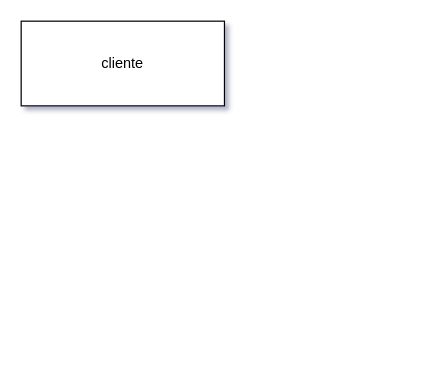
The draw.io diagram relacionamento.drawio in sandromaia87/crossfit, before the edit. Source tidied: cells renumbered, new cells numbered last; positions are measured from the earlier drawing's top-left corner, leaving out a move shared by most shapes. Both pictures are drawn from the tidied source at 121%, with x=0, y=0 at pixel (21, 21).
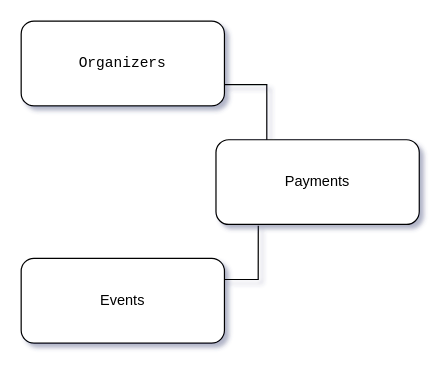
Above is the later version.

Diff of the diagram source:
```diff
@@
 <mxGraphModel shadow="1">
   <root>
     <mxCell id="0" />
     <mxCell id="1" parent="0" />
-    <mxCell id="2" value="cliente" style="whiteSpace=wrap;html=1;align=center;" parent="1" vertex="1">
+    <mxCell id="2" value="&lt;pre dir=&quot;ltr&quot; style=&quot;text-align:left&quot; id=&quot;tw-target-text&quot; class=&quot;tw-data-text tw-text-large tw-ta&quot;&gt;Organizers&lt;/pre&gt;" style="whiteSpace=wrap;html=1;align=center;rounded=1;" parent="1" vertex="1">
       <mxGeometry width="168" height="70" as="geometry" />
     </mxCell>
+    <mxCell id="3" value="Events" style="whiteSpace=wrap;html=1;align=center;rounded=1;" parent="1" vertex="1">
+      <mxGeometry y="196" width="168" height="70" as="geometry" />
+    </mxCell>
+    <mxCell id="4" value="&lt;div&gt;Payments&lt;/div&gt;" style="whiteSpace=wrap;html=1;align=center;rounded=1;" parent="1" vertex="1">
+      <mxGeometry x="161" y="98" width="168" height="70" as="geometry" />
+    </mxCell>
+    <mxCell id="5" style="endArrow=none;html=1;rounded=0;exitX=1;exitY=0.25;exitDx=0;exitDy=0;entryX=0.208;entryY=1.014;entryDx=0;entryDy=0;entryPerimeter=0;edgeStyle=orthogonalEdgeStyle;" parent="1" edge="1" source="3" target="4">
+      <mxGeometry relative="1" as="geometry" />
+    </mxCell>
+    <mxCell id="6" style="endArrow=none;html=1;rounded=0;entryX=1;entryY=0.75;entryDx=0;entryDy=0;exitX=0.25;exitY=0;exitDx=0;exitDy=0;edgeStyle=orthogonalEdgeStyle;" parent="1" edge="1" source="4" target="2">
+      <mxGeometry relative="1" as="geometry" />
+    </mxCell>
   </root>
 </mxGraphModel>
```
